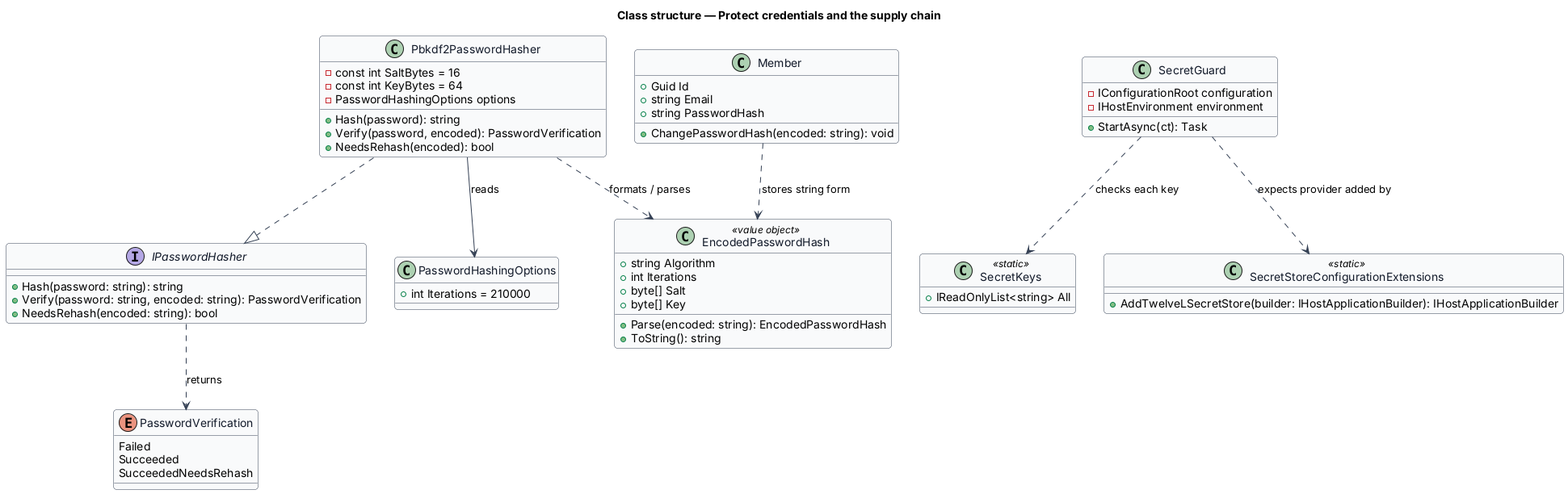
The PlantUML diagram docs/detailed-designs/platform/protect-credentials-and-supply-chain/diagrams/class-structure.png in QuinntyneBrown/sycapooke, before a commit. The source it was exported from:
```plantuml
@startuml
skinparam backgroundColor #FFFFFF
skinparam shadowing false
skinparam roundcorner 8
skinparam defaultFontName Arial
skinparam ArrowColor #344054
skinparam class {
  BorderColor #344054
  FontColor #101828
  BackgroundColor #F9FAFB
}
title Class structure — Protect credentials and the supply chain

interface IPasswordHasher {
  +Hash(password: string): string
  +Verify(password: string, encoded: string): PasswordVerification
  +NeedsRehash(encoded: string): bool
}
enum PasswordVerification {
  Failed
  Succeeded
  SucceededNeedsRehash
}
class Pbkdf2PasswordHasher {
  -const int SaltBytes = 16
  -const int KeyBytes = 64
  -PasswordHashingOptions options
  +Hash(password): string
  +Verify(password, encoded): PasswordVerification
  +NeedsRehash(encoded): bool
}
class PasswordHashingOptions {
  +int Iterations = 210000
}
class EncodedPasswordHash <<value object>> {
  +string Algorithm
  +int Iterations
  +byte[] Salt
  +byte[] Key
  +Parse(encoded: string): EncodedPasswordHash
  +ToString(): string
}
class Member {
  +Guid Id
  +string Email
  +string PasswordHash
  +ChangePasswordHash(encoded: string): void
}
class SecretKeys <<static>> {
  +IReadOnlyList<string> All
}
class SecretGuard {
  -IConfigurationRoot configuration
  -IHostEnvironment environment
  +StartAsync(ct): Task
}
class SecretStoreConfigurationExtensions <<static>> {
  +AddTwelveLSecretStore(builder: IHostApplicationBuilder): IHostApplicationBuilder
}

Pbkdf2PasswordHasher ..|> IPasswordHasher
Pbkdf2PasswordHasher --> PasswordHashingOptions : reads
Pbkdf2PasswordHasher ..> EncodedPasswordHash : formats / parses
IPasswordHasher ..> PasswordVerification : returns
Member ..> EncodedPasswordHash : stores string form
SecretGuard ..> SecretKeys : checks each key
SecretGuard ..> SecretStoreConfigurationExtensions : expects provider added by
@enduml
```
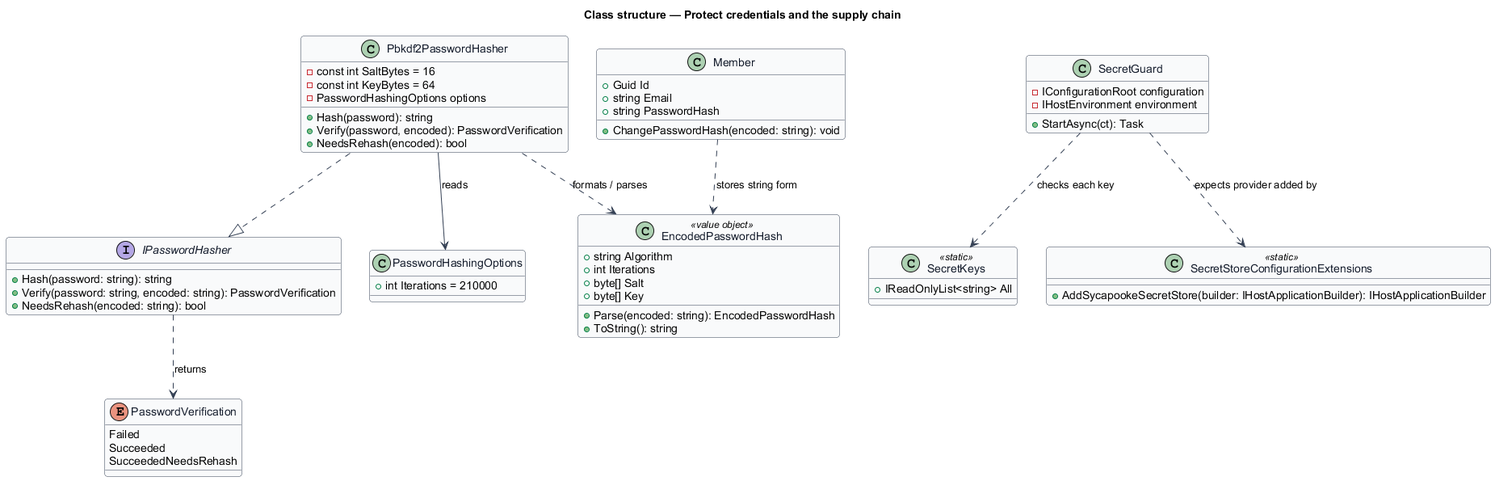
The same file after the commit.

Diff of the diagram source:
```diff
@@ -55,7 +55,7 @@
   +StartAsync(ct): Task
 }
 class SecretStoreConfigurationExtensions <<static>> {
-  +AddTwelveLSecretStore(builder: IHostApplicationBuilder): IHostApplicationBuilder
+  +AddSycapookeSecretStore(builder: IHostApplicationBuilder): IHostApplicationBuilder
 }
 
 Pbkdf2PasswordHasher ..|> IPasswordHasher
```
